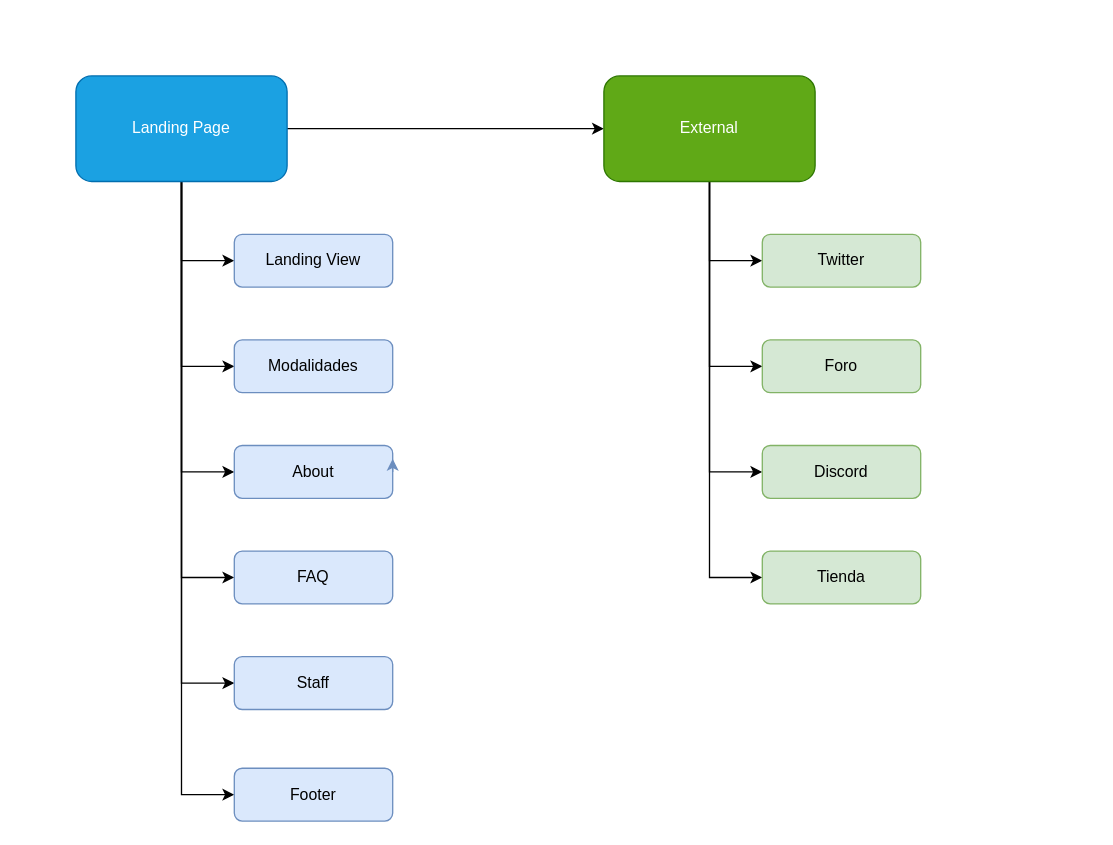
DDamianoff/KriptonPvP keeps this draw.io diagram as Planning/view-map.drawio. Above is the earlier version. Source tidied: cells renumbered, new cells numbered last; positions are measured from the earlier drawing's top-left corner, leaving out a move shared by most shapes. Both pictures are drawn from the tidied source at 132%, with x=0, y=0 at pixel (75, 75).
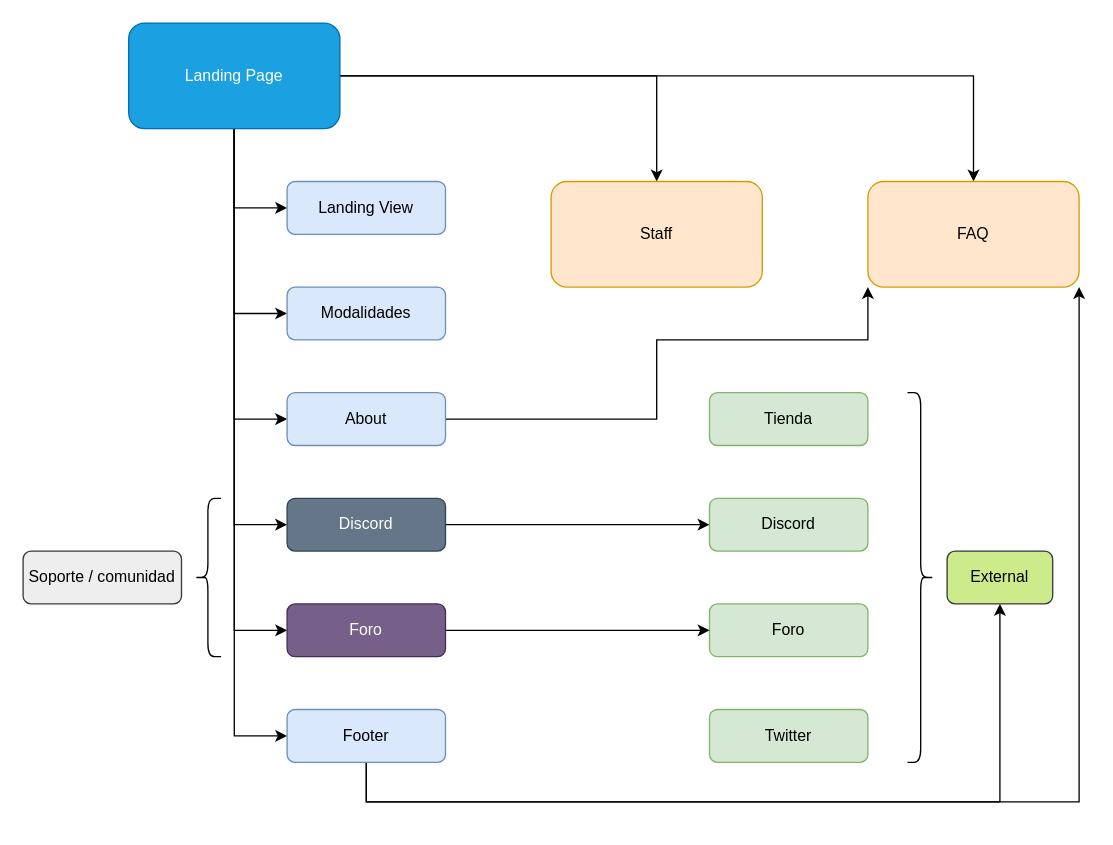
Above is the later version.

The edit, as a diff of the source:
```diff
@@
+    <mxCell id="7" style="edgeStyle=orthogonalEdgeStyle;rounded=0;jettySize=auto;html=1;entryX=0;entryY=0.5;entryDx=0;entryDy=0;" parent="1" edge="1" source="9" target="25">
+      <mxGeometry relative="1" as="geometry">
+        <Array as="points">
+          <mxPoint x="120" y="500" />
+        </Array>
+      </mxGeometry>
+    </mxCell>
+    <mxCell id="26" style="edgeStyle=orthogonalEdgeStyle;rounded=0;jettySize=auto;html=1;entryX=0;entryY=0.5;entryDx=0;entryDy=0;" parent="1" edge="1" source="9" target="35">
+      <mxGeometry relative="1" as="geometry" />
+    </mxCell>
+    <mxCell id="27" style="edgeStyle=orthogonalEdgeStyle;rounded=0;jettySize=auto;html=1;entryX=0;entryY=0.5;entryDx=0;entryDy=0;" parent="1" edge="1" source="9" target="33">
+      <mxGeometry relative="1" as="geometry" />
+    </mxCell>
+    <mxCell id="6" style="edgeStyle=orthogonalEdgeStyle;rounded=0;jettySize=auto;html=1;entryX=0.5;entryY=0;entryDx=0;entryDy=0;" parent="1" edge="1" source="9" target="10">
+      <mxGeometry relative="1" as="geometry" />
+    </mxCell>
-    <mxCell id="5" style="edgeStyle=orthogonalEdgeStyle;rounded=0;jettySize=auto;html=1;entryX=0;entryY=0.5;entryDx=0;entryDy=0;" parent="1" edge="1" source="9" target="24">
+    <mxCell id="5" style="edgeStyle=orthogonalEdgeStyle;rounded=0;jettySize=auto;html=1;entryX=0.5;entryY=0;entryDx=0;entryDy=0;" parent="1" edge="1" source="9" target="24">
       <mxGeometry relative="1" as="geometry" />
     </mxCell>
-    <mxCell id="6" style="edgeStyle=orthogonalEdgeStyle;rounded=0;jettySize=auto;html=1;entryX=0;entryY=0.5;entryDx=0;entryDy=0;" parent="1" edge="1" source="9" target="10">
-      <mxGeometry relative="1" as="geometry" />
-    </mxCell>
-    <mxCell id="7" style="edgeStyle=orthogonalEdgeStyle;rounded=0;jettySize=auto;html=1;entryX=0;entryY=0.5;entryDx=0;entryDy=0;" parent="1" edge="1" source="9" target="25">
-      <mxGeometry relative="1" as="geometry" />
-    </mxCell>
-    <mxCell id="8" style="edgeStyle=orthogonalEdgeStyle;rounded=0;jettySize=auto;html=1;entryX=0;entryY=0.5;entryDx=0;entryDy=0;" parent="1" edge="1" source="9" target="17">
-      <mxGeometry relative="1" as="geometry" />
-    </mxCell>
     <mxCell id="9" value="Landing Page" style="rounded=1;whiteSpace=wrap;html=1;fillColor=#1ba1e2;strokeColor=#006EAF;fontColor=#ffffff;" parent="1" vertex="1">
-      <mxGeometry width="160" height="80" as="geometry" />
+      <mxGeometry x="40" y="-40" width="160" height="80" as="geometry" />
     </mxCell>
-    <mxCell id="10" value="Staff" style="rounded=1;whiteSpace=wrap;html=1;fillColor=#dae8fc;strokeColor=#6c8ebf;" parent="1" vertex="1">
-      <mxGeometry x="120" y="440" width="120" height="40" as="geometry" />
+    <mxCell id="10" value="Staff" style="rounded=1;whiteSpace=wrap;html=1;fillColor=#ffe6cc;strokeColor=#d79b00;" parent="1" vertex="1">
+      <mxGeometry x="360" y="80" width="160" height="80" as="geometry" />
     </mxCell>
+    <mxCell id="28" style="edgeStyle=orthogonalEdgeStyle;rounded=0;jettySize=auto;html=1;entryX=0;entryY=1;entryDx=0;entryDy=0;" parent="1" edge="1" source="11" target="24">
+      <mxGeometry relative="1" as="geometry">
+        <Array as="points">
+          <mxPoint x="440" y="260" />
+          <mxPoint x="440" y="200" />
+          <mxPoint x="600" y="200" />
+        </Array>
+      </mxGeometry>
+    </mxCell>
     <mxCell id="11" value="About" style="rounded=1;whiteSpace=wrap;html=1;fillColor=#dae8fc;strokeColor=#6c8ebf;" parent="1" vertex="1">
-      <mxGeometry x="120" y="280" width="120" height="40" as="geometry" />
+      <mxGeometry x="160" y="240" width="120" height="40" as="geometry" />
     </mxCell>
     <mxCell id="12" value="Modalidades" style="rounded=1;whiteSpace=wrap;html=1;fillColor=#dae8fc;strokeColor=#6c8ebf;" parent="1" vertex="1">
-      <mxGeometry x="120" y="200" width="120" height="40" as="geometry" />
+      <mxGeometry x="160" y="160" width="120" height="40" as="geometry" />
     </mxCell>
-    <mxCell id="13" style="edgeStyle=orthogonalEdgeStyle;rounded=0;jettySize=auto;html=1;entryX=0;entryY=0.5;entryDx=0;entryDy=0;" parent="1" edge="1" source="17" target="18">
-      <mxGeometry relative="1" as="geometry" />
-    </mxCell>
-    <mxCell id="14" style="edgeStyle=orthogonalEdgeStyle;rounded=0;jettySize=auto;html=1;entryX=0;entryY=0.5;entryDx=0;entryDy=0;" parent="1" edge="1" source="17" target="19">
-      <mxGeometry relative="1" as="geometry" />
-    </mxCell>
-    <mxCell id="15" style="edgeStyle=orthogonalEdgeStyle;rounded=0;jettySize=auto;html=1;entryX=0;entryY=0.5;entryDx=0;entryDy=0;" parent="1" edge="1" source="17" target="20">
-      <mxGeometry relative="1" as="geometry" />
-    </mxCell>
-    <mxCell id="16" style="edgeStyle=orthogonalEdgeStyle;rounded=0;jettySize=auto;html=1;entryX=0;entryY=0.5;entryDx=0;entryDy=0;" parent="1" edge="1" source="17" target="21">
-      <mxGeometry relative="1" as="geometry" />
-    </mxCell>
-    <mxCell id="17" value="External" style="rounded=1;whiteSpace=wrap;html=1;fillColor=#60a917;strokeColor=#2D7600;fontColor=#ffffff;" parent="1" vertex="1">
-      <mxGeometry x="400" width="160" height="80" as="geometry" />
+    <mxCell id="17" value="External" style="rounded=1;whiteSpace=wrap;html=1;fillColor=#cdeb8b;strokeColor=#36393d;" parent="1" vertex="1">
+      <mxGeometry x="660" y="360" width="80" height="40" as="geometry" />
     </mxCell>
     <mxCell id="18" value="Twitter" style="rounded=1;whiteSpace=wrap;html=1;fillColor=#d5e8d4;strokeColor=#82b366;" parent="1" vertex="1">
-      <mxGeometry x="520" y="120" width="120" height="40" as="geometry" />
+      <mxGeometry x="480" y="480" width="120" height="40" as="geometry" />
     </mxCell>
     <mxCell id="19" value="Foro" style="rounded=1;whiteSpace=wrap;html=1;fillColor=#d5e8d4;strokeColor=#82b366;" parent="1" vertex="1">
-      <mxGeometry x="520" y="200" width="120" height="40" as="geometry" />
+      <mxGeometry x="480" y="400" width="120" height="40" as="geometry" />
     </mxCell>
     <mxCell id="20" value="Discord" style="rounded=1;whiteSpace=wrap;html=1;fillColor=#d5e8d4;strokeColor=#82b366;" parent="1" vertex="1">
-      <mxGeometry x="520" y="280" width="120" height="40" as="geometry" />
+      <mxGeometry x="480" y="320" width="120" height="40" as="geometry" />
     </mxCell>
+    <mxCell id="22" value="Landing View" style="rounded=1;whiteSpace=wrap;html=1;fillColor=#dae8fc;strokeColor=#6c8ebf;" parent="1" vertex="1">
+      <mxGeometry x="160" y="80" width="120" height="40" as="geometry" />
+    </mxCell>
+    <mxCell id="24" value="FAQ" style="rounded=1;whiteSpace=wrap;html=1;fillColor=#ffe6cc;strokeColor=#d79b00;" parent="1" vertex="1">
+      <mxGeometry x="600" y="80" width="160" height="80" as="geometry" />
+    </mxCell>
+    <mxCell id="29" style="edgeStyle=orthogonalEdgeStyle;rounded=0;jettySize=auto;html=1;entryX=0.5;entryY=1;entryDx=0;entryDy=0;" parent="1" edge="1" source="25" target="17">
+      <mxGeometry relative="1" as="geometry">
+        <Array as="points">
+          <mxPoint x="220" y="550" />
+          <mxPoint x="700" y="550" />
+        </Array>
+      </mxGeometry>
+    </mxCell>
+    <mxCell id="30" style="edgeStyle=orthogonalEdgeStyle;rounded=0;jettySize=auto;html=1;entryX=1;entryY=1;entryDx=0;entryDy=0;" parent="1" edge="1" source="25" target="24">
+      <mxGeometry relative="1" as="geometry">
+        <Array as="points">
+          <mxPoint x="220" y="550" />
+          <mxPoint x="760" y="550" />
+        </Array>
+      </mxGeometry>
+    </mxCell>
+    <mxCell id="25" value="Footer" style="rounded=1;whiteSpace=wrap;html=1;fillColor=#dae8fc;strokeColor=#6c8ebf;" parent="1" vertex="1">
+      <mxGeometry x="160" y="480" width="120" height="40" as="geometry" />
+    </mxCell>
     <mxCell id="21" value="Tienda" style="rounded=1;whiteSpace=wrap;html=1;fillColor=#d5e8d4;strokeColor=#82b366;" parent="1" vertex="1">
-      <mxGeometry x="520" y="360" width="120" height="40" as="geometry" />
+      <mxGeometry x="480" y="240" width="120" height="40" as="geometry" />
     </mxCell>
-    <mxCell id="22" value="Landing View" style="rounded=1;whiteSpace=wrap;html=1;fillColor=#dae8fc;strokeColor=#6c8ebf;" parent="1" vertex="1">
-      <mxGeometry x="120" y="120" width="120" height="40" as="geometry" />
-    </mxCell>
-    <mxCell id="23" style="edgeStyle=orthogonalEdgeStyle;rounded=0;orthogonalLoop=1;jettySize=auto;html=1;exitX=1;exitY=0.5;exitDx=0;exitDy=0;entryX=1;entryY=0.25;entryDx=0;entryDy=0;fillColor=#dae8fc;strokeColor=#6c8ebf;" parent="1" edge="1" source="11" target="11">
-      <mxGeometry relative="1" as="geometry" />
-    </mxCell>
-    <mxCell id="24" value="FAQ" style="rounded=1;whiteSpace=wrap;html=1;fillColor=#dae8fc;strokeColor=#6c8ebf;" parent="1" vertex="1">
-      <mxGeometry x="120" y="360" width="120" height="40" as="geometry" />
-    </mxCell>
-    <mxCell id="25" value="Footer" style="rounded=1;whiteSpace=wrap;html=1;fillColor=#dae8fc;strokeColor=#6c8ebf;" parent="1" vertex="1">
-      <mxGeometry x="120" y="524.5" width="120" height="40" as="geometry" />
-    </mxCell>
+    <mxCell id="31" style="shape=curlyBracket;whiteSpace=wrap;html=1;rounded=1;flipH=1;" parent="1" vertex="1">
+      <mxGeometry x="630" y="240" width="20" height="280" as="geometry" />
+    </mxCell>
+    <mxCell id="32" style="edgeStyle=orthogonalEdgeStyle;rounded=0;jettySize=auto;html=1;entryX=0;entryY=0.5;entryDx=0;entryDy=0;" parent="1" edge="1" source="33" target="19">
+      <mxGeometry relative="1" as="geometry" />
+    </mxCell>
+    <mxCell id="33" value="Foro" style="rounded=1;whiteSpace=wrap;html=1;fillColor=#76608a;strokeColor=#432D57;fontColor=#ffffff;" parent="1" vertex="1">
+      <mxGeometry x="160" y="400" width="120" height="40" as="geometry" />
+    </mxCell>
+    <mxCell id="34" style="edgeStyle=orthogonalEdgeStyle;rounded=0;jettySize=auto;html=1;entryX=0;entryY=0.5;entryDx=0;entryDy=0;" parent="1" edge="1" source="35" target="20">
+      <mxGeometry relative="1" as="geometry" />
+    </mxCell>
+    <mxCell id="35" value="Discord" style="rounded=1;whiteSpace=wrap;html=1;fillColor=#647687;strokeColor=#314354;fontColor=#ffffff;" parent="1" vertex="1">
+      <mxGeometry x="160" y="320" width="120" height="40" as="geometry" />
+    </mxCell>
+    <mxCell id="36" value="Soporte / comunidad" style="rounded=1;whiteSpace=wrap;html=1;fillColor=#eeeeee;strokeColor=#36393d;" parent="1" vertex="1">
+      <mxGeometry x="-40" y="360" width="120" height="40" as="geometry" />
+    </mxCell>
+    <mxCell id="37" style="shape=curlyBracket;whiteSpace=wrap;html=1;rounded=1;" parent="1" vertex="1">
+      <mxGeometry x="90" y="320" width="20" height="120" as="geometry" />
+    </mxCell>
```
